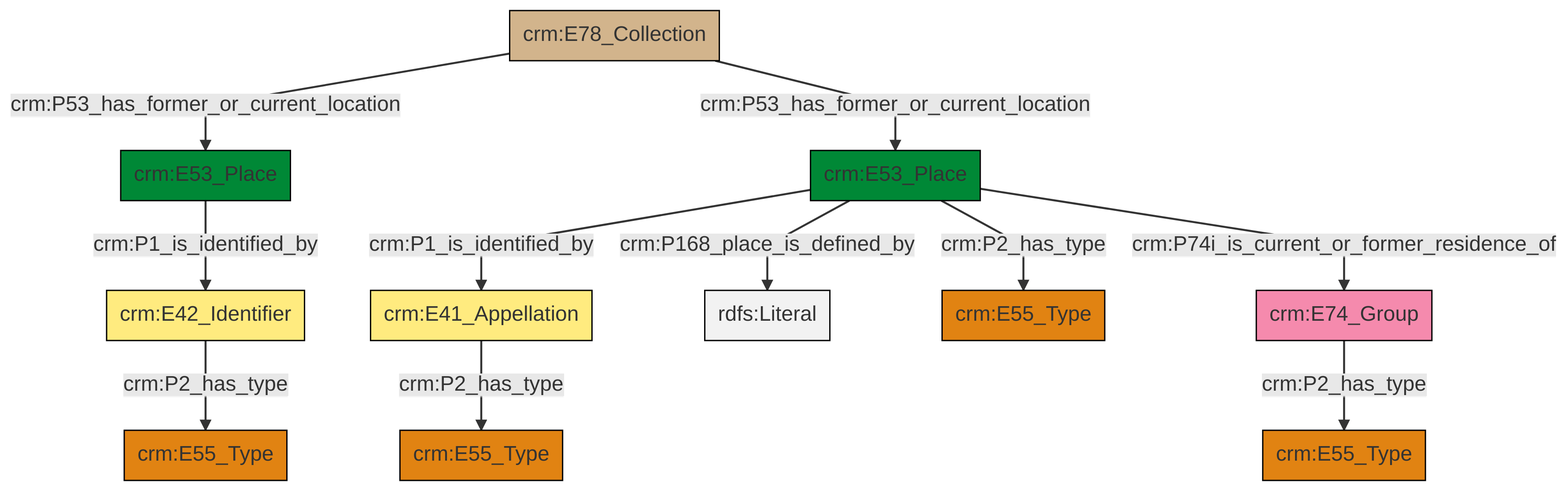
Before: et/archivalCSV/ttl/mmd/png/archival_location.png, a diagram exported from Mermaid (swiss-art-research-net/docs.swissartresearch). Its source is kept beside it as et/archivalCSV/ttl/mmd/archival_location.ttl.mmd.
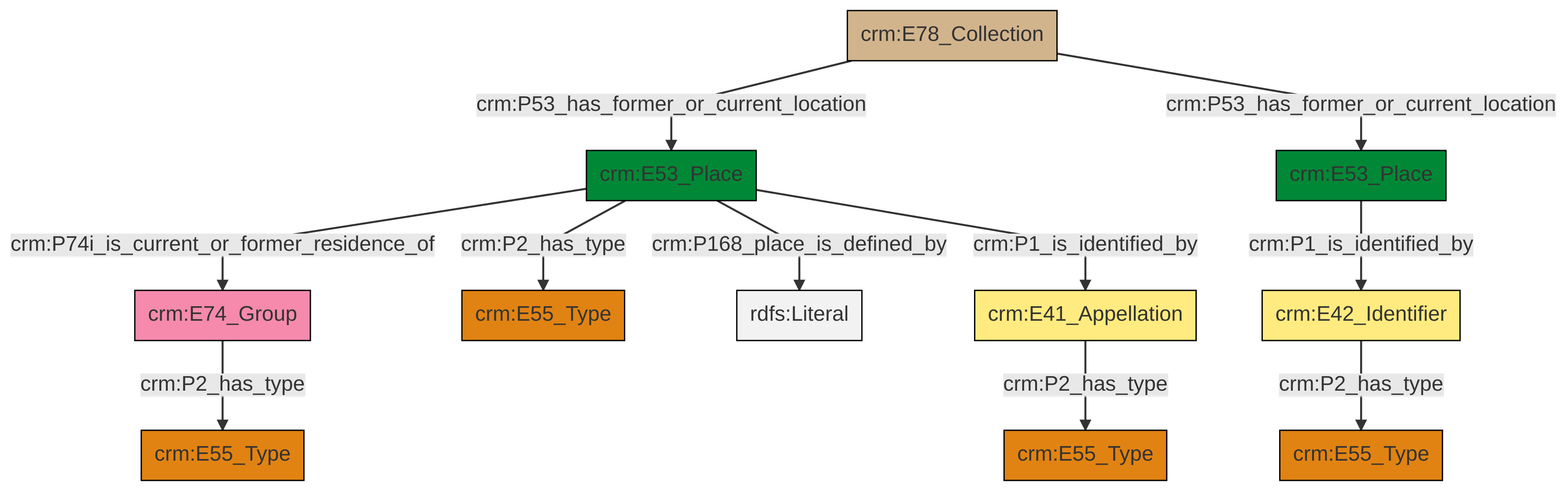
After the change.

Diff of the diagram source:
```diff
@@ -13,13 +13,13 @@
 classDef PC_Classes fill:#4ce600, stroke:#000000;
 classDef Multi fill:#cccccc,stroke:#000000;
 
-4["crm:E42_Identifier"]:::Appellation -->|crm:P2_has_type| 5["crm:E55_Type"]:::Type
-6["crm:E78_Collection"]:::Physical_Thing -->|crm:P53_has_former_or_current_location| 7["crm:E53_Place"]:::Place
-2["crm:E53_Place"]:::Place -->|crm:P1_is_identified_by| 8["crm:E41_Appellation"]:::Appellation
-2["crm:E53_Place"]:::Place -->|crm:P168_place_is_defined_by| 9[rdfs:Literal]:::Literal
-6["crm:E78_Collection"]:::Physical_Thing -->|crm:P53_has_former_or_current_location| 2["crm:E53_Place"]:::Place
-7["crm:E53_Place"]:::Place -->|crm:P1_is_identified_by| 4["crm:E42_Identifier"]:::Appellation
-8["crm:E41_Appellation"]:::Appellation -->|crm:P2_has_type| 0["crm:E55_Type"]:::Type
-2["crm:E53_Place"]:::Place -->|crm:P74i_is_current_or_former_residence_of| 19["crm:E74_Group"]:::Actor
-2["crm:E53_Place"]:::Place -->|crm:P2_has_type| 10["crm:E55_Type"]:::Type
-19["crm:E74_Group"]:::Actor -->|crm:P2_has_type| 17["crm:E55_Type"]:::Type
+0["crm:E53_Place"]:::Place -->|crm:P74i_is_current_or_former_residence_of| 1["crm:E74_Group"]:::Actor
+0["crm:E53_Place"]:::Place -->|crm:P2_has_type| 4["crm:E55_Type"]:::Type
+10["crm:E78_Collection"]:::Physical_Thing -->|crm:P53_has_former_or_current_location| 0["crm:E53_Place"]:::Place
+10["crm:E78_Collection"]:::Physical_Thing -->|crm:P53_has_former_or_current_location| 2["crm:E53_Place"]:::Place
+0["crm:E53_Place"]:::Place -->|crm:P168_place_is_defined_by| 11[rdfs:Literal]:::Literal
+12["crm:E41_Appellation"]:::Appellation -->|crm:P2_has_type| 7["crm:E55_Type"]:::Type
+2["crm:E53_Place"]:::Place -->|crm:P1_is_identified_by| 16["crm:E42_Identifier"]:::Appellation
+1["crm:E74_Group"]:::Actor -->|crm:P2_has_type| 5["crm:E55_Type"]:::Type
+0["crm:E53_Place"]:::Place -->|crm:P1_is_identified_by| 12["crm:E41_Appellation"]:::Appellation
+16["crm:E42_Identifier"]:::Appellation -->|crm:P2_has_type| 14["crm:E55_Type"]:::Type
```
